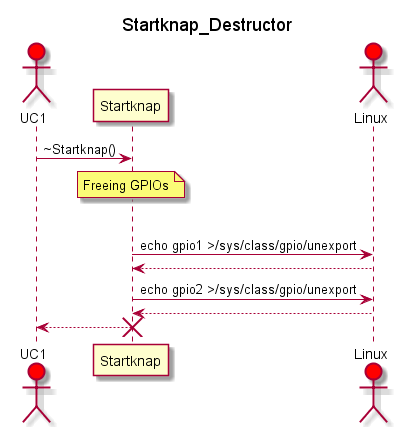
Before: Diagrammer/CentralComputer/Klasser/Startknap/destructor/Startknap_Destructor.png, a diagram exported from PlantUML (Solvgraa-mager/E3PRJ3).
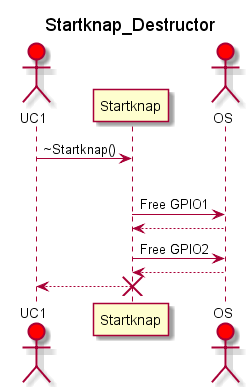
The same diagram one commit later.

The edit, as a diff of the source:
```diff
@@ -3,15 +3,14 @@
 
 actor UC1 #Red
 participant Startknap
-actor Linux #Red
+actor OS #Red
 
 UC1 -> Startknap : ~Startknap()
-note over Startknap : Freeing GPIOs
 loop for all GPIO's
-Startknap -> Linux : echo gpio1 >/sys/class/gpio/unexport
-Linux --> Startknap :
-Startknap -> Linux : echo gpio2 >/sys/class/gpio/unexport
-Linux --> Startknap :
+Startknap -> OS : Free GPIO1
+OS --> Startknap :
+Startknap -> OS : Free GPIO2
+OS --> Startknap :
 UC1 <-- Startknap :
 destroy Startknap
 
```
